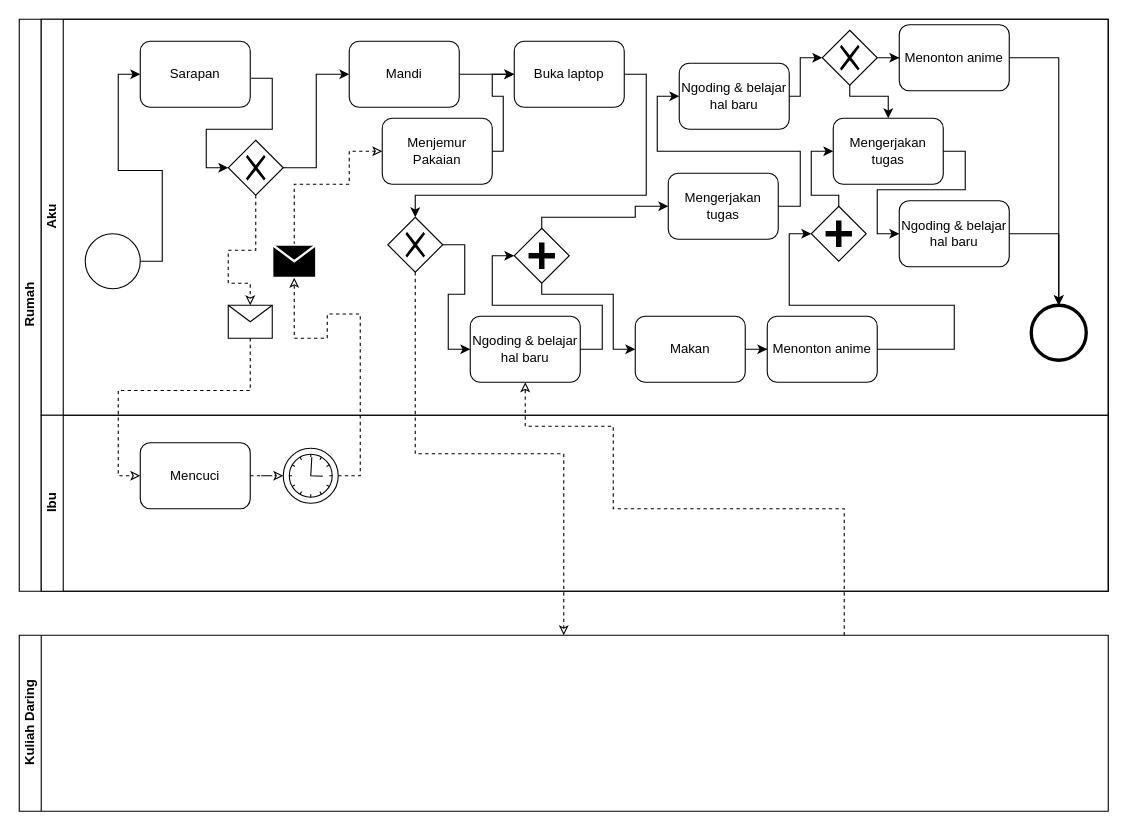
This is Tugas/BPMNUTS.drawio from kucingtakucin/Proses-Bisnis-dan-SIM, a draw.io file, before an edit. Source tidied: cells renumbered, new cells numbered last; positions are measured from the earlier drawing's top-left corner, leaving out a move shared by most shapes. Both pictures are drawn from the tidied source at 110%, with x=0, y=0 at pixel (19, 19).
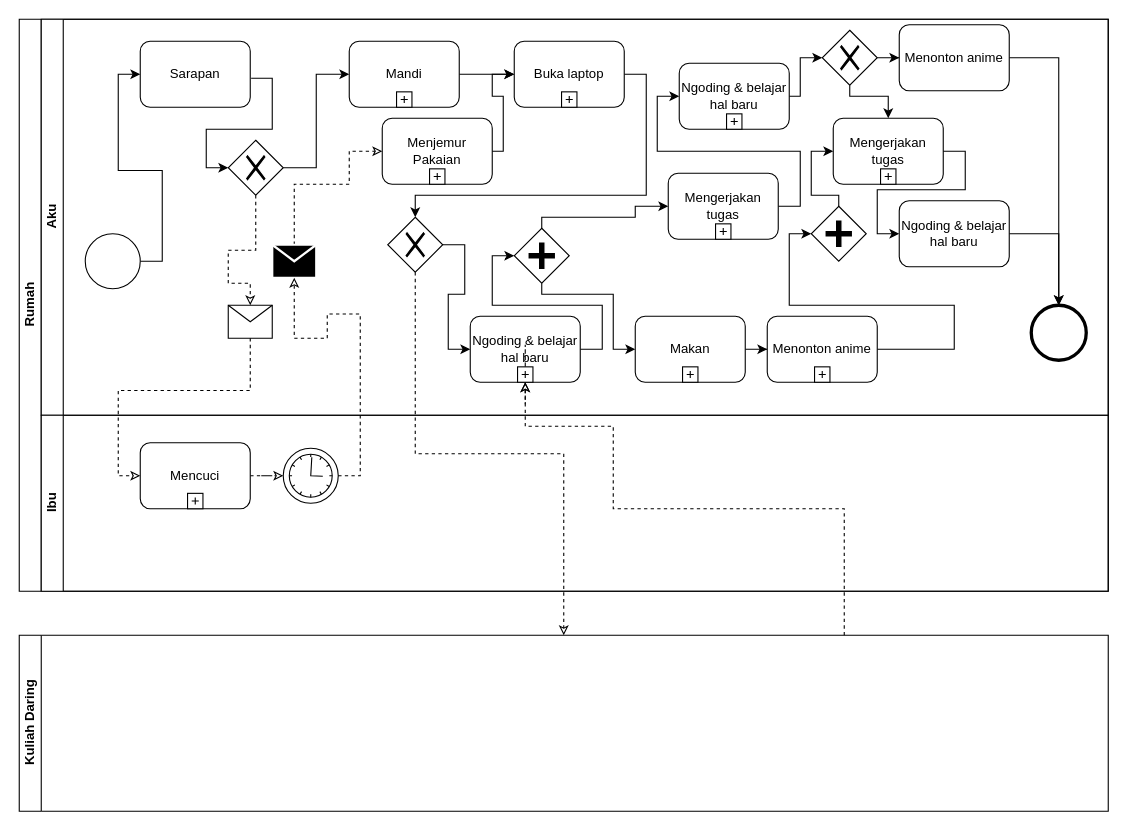
The same diagram, later.

The change refers to these unchanged cells:
```xml
<mxCell id="3" value="&lt;div&gt;Aku&lt;/div&gt;" style="swimlane;html=1;startSize=20;horizontal=0;" parent="2" vertex="1">
  <mxGeometry x="20" width="970" height="360" as="geometry" />
</mxCell>
<mxCell id="43" value="Ngoding &amp;amp; belajar hal baru" style="shape=ext;rounded=1;html=1;whiteSpace=wrap;" parent="3" vertex="1">
  <mxGeometry x="390" y="270" width="100" height="60" as="geometry" />
</mxCell>
<mxCell id="47" value="Ibu" style="swimlane;html=1;startSize=20;horizontal=0;" parent="2" vertex="1">
  <mxGeometry x="20" y="360" width="970" height="160" as="geometry" />
</mxCell>
<mxCell id="54" value="Kuliah Daring" style="swimlane;html=1;startSize=20;horizontal=0;" parent="1" vertex="1">
  <mxGeometry y="560" width="990" height="160" as="geometry" />
</mxCell>
```

Diff of the diagram source:
```diff
@@
+    <mxCell id="56" style="shape=plus;html=1;" parent="3" vertex="1">
+      <mxGeometry x="323" y="66" width="14" height="14" as="geometry" />
+    </mxCell>
+    <mxCell id="57" style="shape=plus;html=1;" parent="3" vertex="1">
+      <mxGeometry x="473" y="66" width="14" height="14" as="geometry" />
+    </mxCell>
+    <mxCell id="58" style="shape=plus;html=1;" parent="3" vertex="1">
+      <mxGeometry x="623" y="86" width="14" height="14" as="geometry" />
+    </mxCell>
@@
+    <mxCell id="59" style="shape=plus;html=1;" parent="3" vertex="1">
+      <mxGeometry x="763" y="136" width="14" height="14" as="geometry" />
+    </mxCell>
+    <mxCell id="60" style="shape=plus;html=1;" parent="3" vertex="1">
+      <mxGeometry x="353" y="136" width="14" height="14" as="geometry" />
+    </mxCell>
@@
+    <mxCell id="61" style="shape=plus;html=1;" parent="3" vertex="1">
+      <mxGeometry x="613" y="186" width="14" height="14" as="geometry" />
+    </mxCell>
@@
+    <mxCell id="62" style="shape=plus;html=1;" parent="3" vertex="1">
+      <mxGeometry x="703" y="316" width="14" height="14" as="geometry" />
+    </mxCell>
+    <mxCell id="63" style="shape=plus;html=1;" parent="3" vertex="1">
+      <mxGeometry x="583" y="316" width="14" height="14" as="geometry" />
+    </mxCell>
@@
+    <mxCell id="64" style="shape=plus;html=1;" parent="47" vertex="1">
+      <mxGeometry x="133" y="71" width="14" height="14" as="geometry" />
+    </mxCell>
@@
-    <mxCell id="53" style="edgeStyle=orthogonalEdgeStyle;rounded=0;jettySize=auto;html=1;dashed=1;endArrow=classic;endFill=0;entryX=0.5;entryY=1;entryDx=0;entryDy=0;" parent="1" edge="1" source="54" target="43">
-      <mxGeometry relative="1" as="geometry">
-        <Array as="points">
-          <mxPoint x="750" y="445" />
-          <mxPoint x="540" y="445" />
-          <mxPoint x="540" y="370" />
-          <mxPoint x="460" y="370" />
-        </Array>
-      </mxGeometry>
+    <mxCell id="53" style="edgeStyle=orthogonalEdgeStyle;rounded=0;jettySize=auto;html=1;dashed=1;endArrow=classic;endFill=0;entryX=0.5;entryY=1;entryDx=0;entryDy=0;" parent="1" edge="1" source="65" target="43">
+      <mxGeometry relative="1" as="geometry" />
     </mxCell>
@@
+    <mxCell id="65" style="shape=plus;html=1;outlineConnect=0;" parent="1" vertex="1">
+      <mxGeometry x="453" y="316" width="14" height="14" as="geometry" />
+    </mxCell>
+    <mxCell id="66" style="edgeStyle=orthogonalEdgeStyle;rounded=0;jettySize=auto;html=1;dashed=1;endArrow=classic;endFill=0;entryX=0.5;entryY=1;entryDx=0;entryDy=0;" parent="1" edge="1" source="54" target="65">
+      <mxGeometry relative="1" as="geometry">
+        <Array as="points">
+          <mxPoint x="750" y="445" />
+          <mxPoint x="540" y="445" />
+          <mxPoint x="540" y="370" />
+          <mxPoint x="460" y="370" />
+        </Array>
+      </mxGeometry>
+    </mxCell>
```
